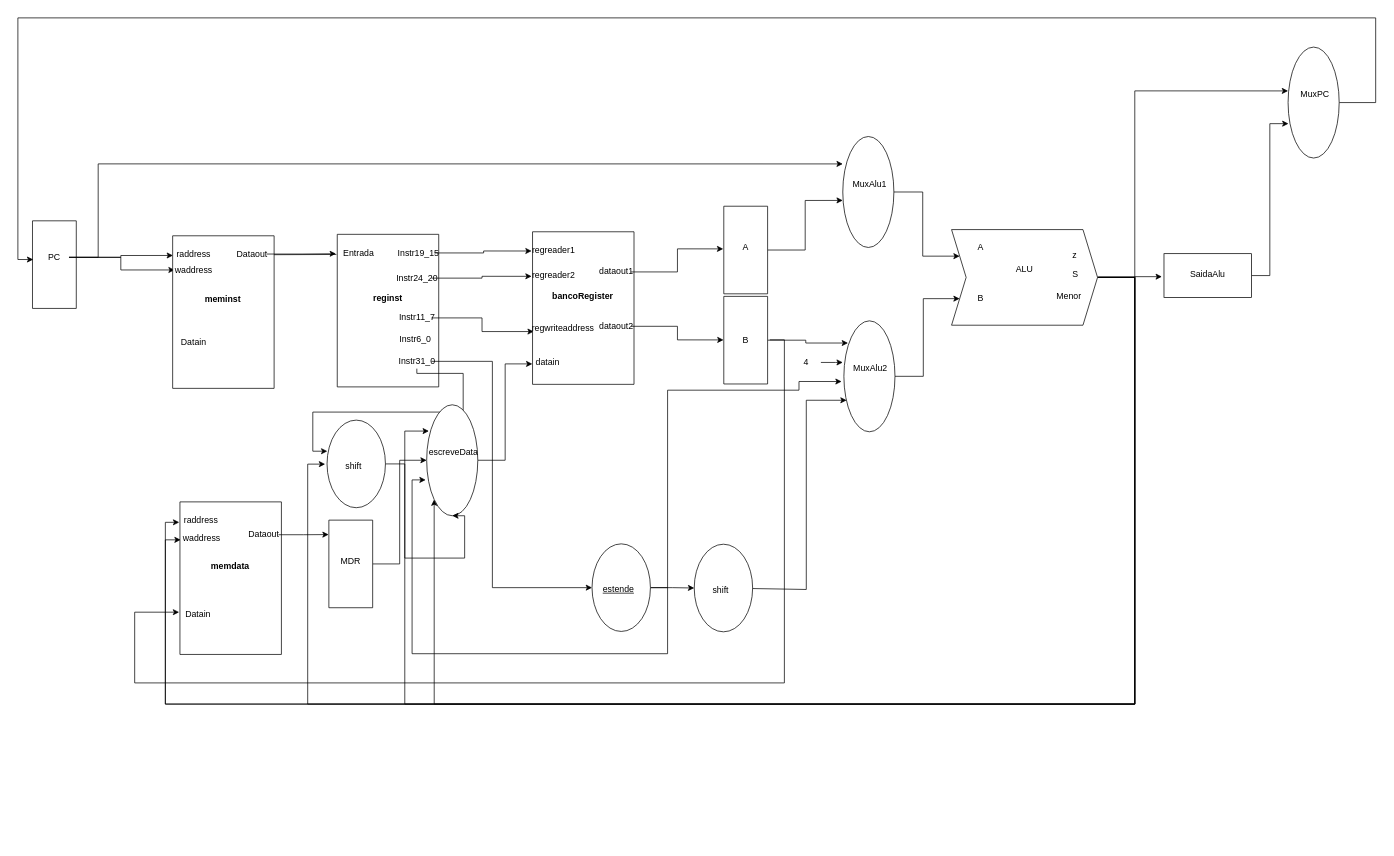
GabrielOlem/ProjetoHardware keeps this draw.io diagram as cpu.drawio. Above is the earlier version. Source tidied: cells renumbered, new cells numbered last; positions are measured from the earlier drawing's top-left corner, leaving out a move shared by most shapes. Both pictures are drawn from the tidied source at 73%, with x=0, y=0 at pixel (10, 18).
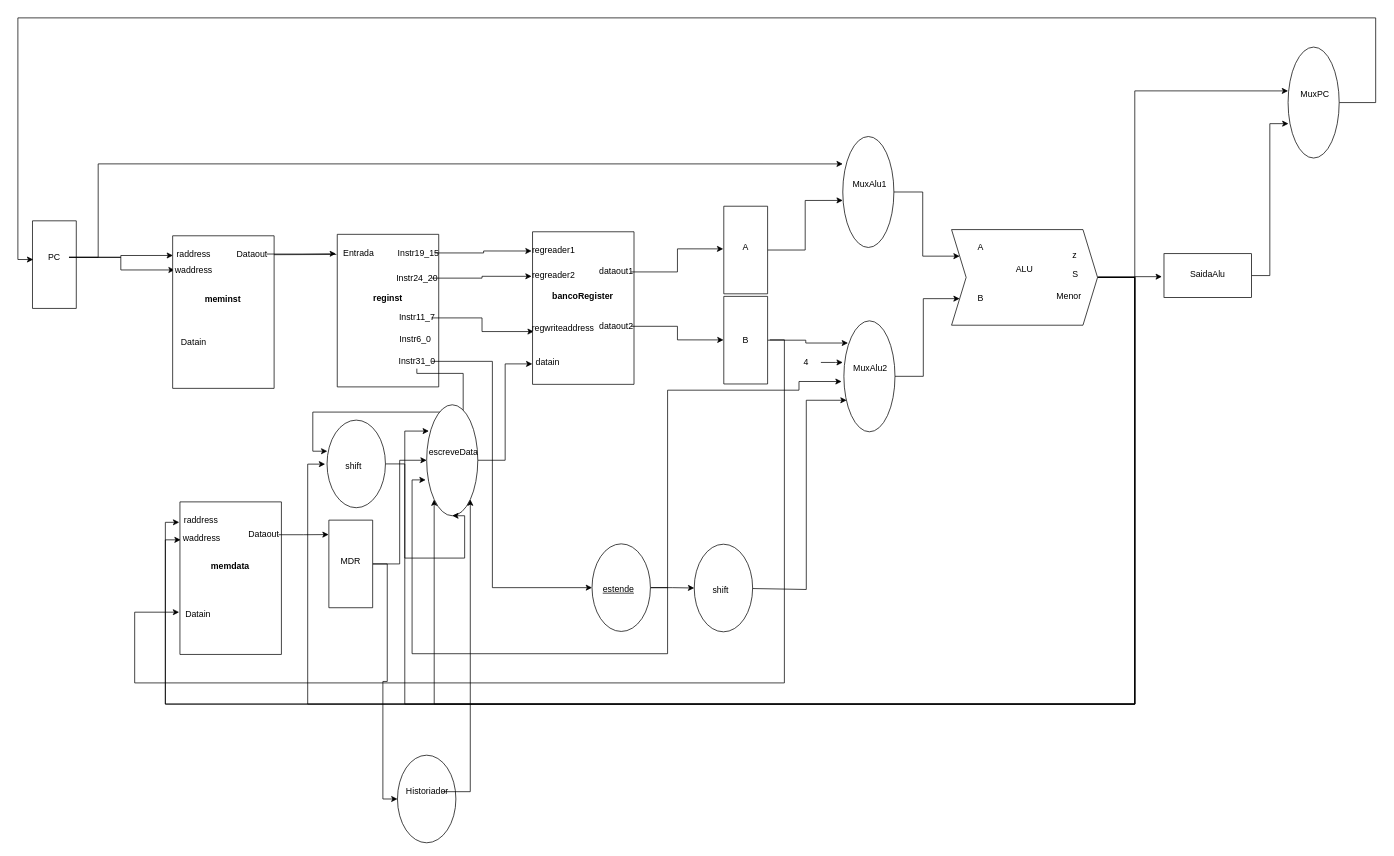
The same diagram, later.

Unchanged cells that the change refers to:
```xml
<mxCell id="44" style="verticalLabelPosition=bottom;verticalAlign=top;html=1;shape=mxgraph.basic.rect;fillColor=#ffffff;fillColor2=none;strokeColor=#000000;strokeWidth=1;size=20;indent=5;rotation=90;" parent="1" vertex="1">
  <mxGeometry x="406" y="718" width="120" height="60" as="geometry" />
</mxCell>
<mxCell id="78" style="ellipse;whiteSpace=wrap;html=1;direction=south;" parent="1" vertex="1">
  <mxGeometry x="570" y="530" width="70" height="152" as="geometry" />
</mxCell>
```

Change to the diagram source:
```diff
@@
+    <mxCell id="97" style="edgeStyle=orthogonalEdgeStyle;rounded=0;jettySize=auto;html=1;entryX=0.5;entryY=1;entryDx=0;entryDy=0;" parent="1" edge="1" source="44" target="98">
+      <mxGeometry relative="1" as="geometry" />
+    </mxCell>
@@
+    <mxCell id="98" style="ellipse;whiteSpace=wrap;html=1;rotation=90;" parent="1" vertex="1">
+      <mxGeometry x="510" y="1030" width="120" height="80" as="geometry" />
+    </mxCell>
+    <mxCell id="99" style="edgeStyle=orthogonalEdgeStyle;rounded=0;jettySize=auto;html=1;entryX=1;entryY=0;entryDx=0;entryDy=0;" parent="1" edge="1" source="100" target="78">
+      <mxGeometry relative="1" as="geometry">
+        <Array as="points">
+          <mxPoint x="630" y="1060" />
+        </Array>
+      </mxGeometry>
+    </mxCell>
+    <mxCell id="100" value="Historiador" style="text;html=1;strokeColor=none;fillColor=none;align=center;verticalAlign=middle;whiteSpace=wrap;rounded=0;" parent="1" vertex="1">
+      <mxGeometry x="551" y="1050" width="40" height="20" as="geometry" />
+    </mxCell>
```
